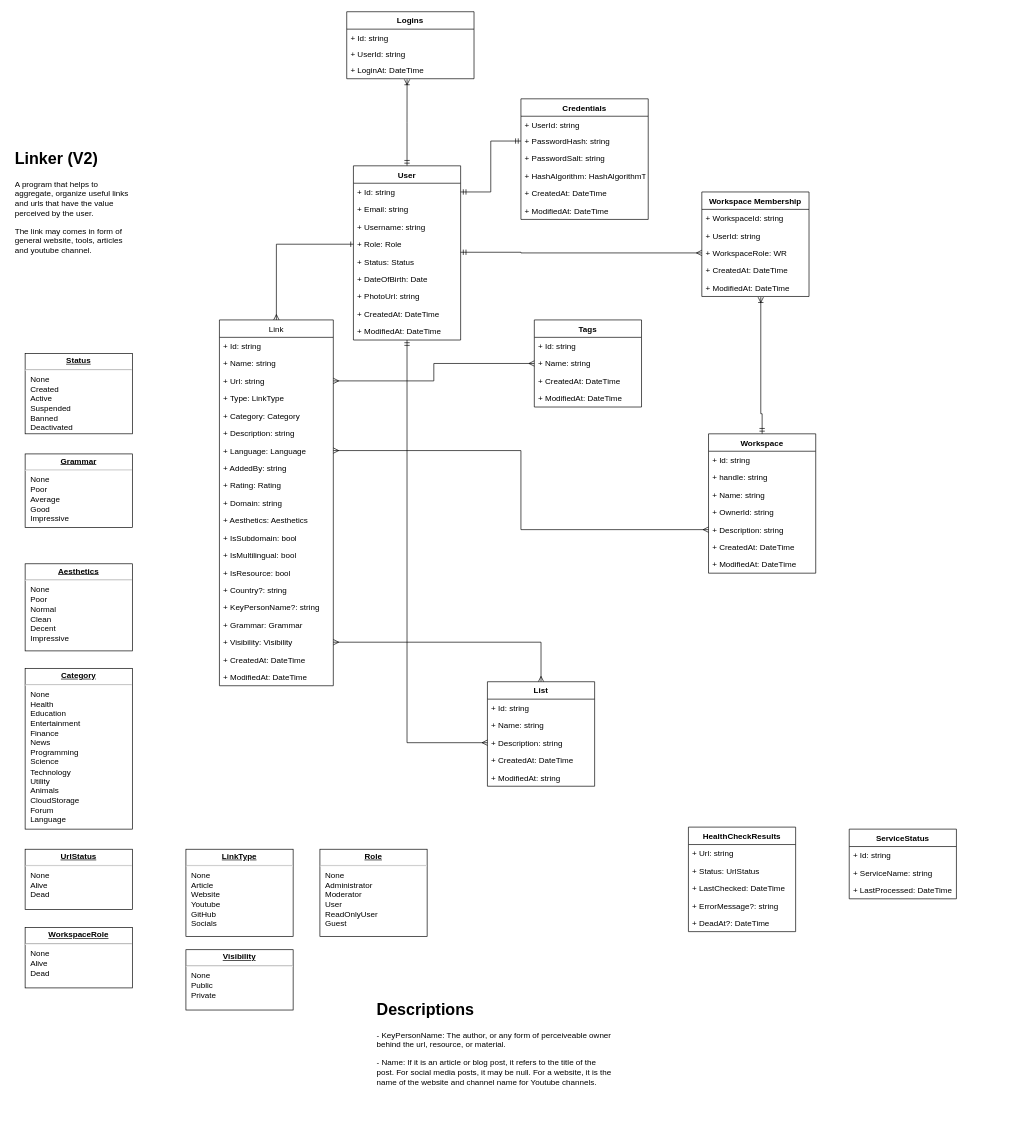
Earlier version of the draw.io diagram page "V2 Class Diagram" (5 of 5) of docs/Linker.drawio (data-miner00/Linker). Source tidied: cells renumbered, new cells numbered last; positions are measured from the earlier drawing's top-left corner, leaving out a move shared by most shapes. Both pictures are drawn from the tidied source at 67%, with x=0, y=0 at pixel (11, 11).
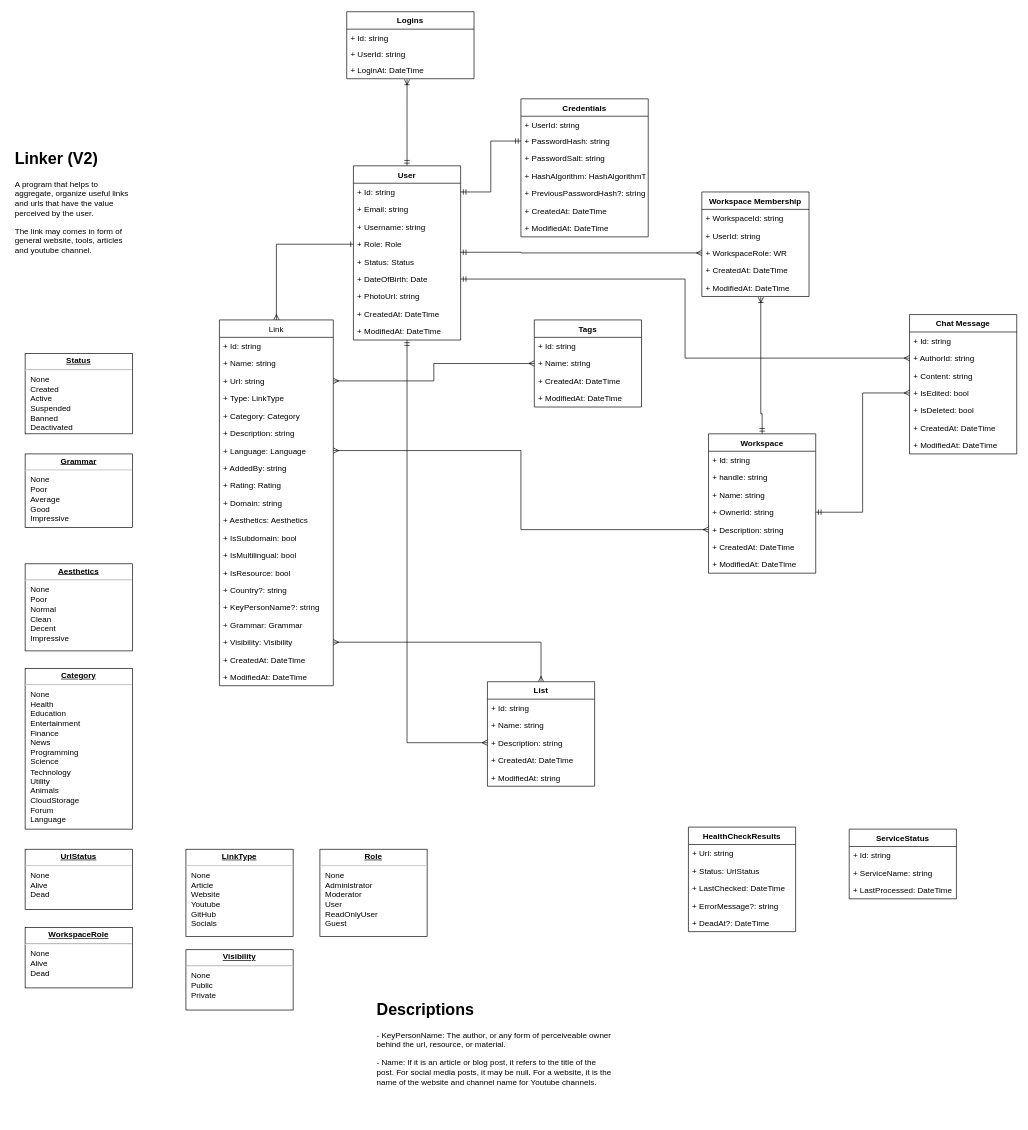
The same page after the edit.

Commit message:
docs: Add chat message entity

Unchanged cells that the change refers to:
```xml
<mxCell id="35" value="+ DateOfBirth: Date" style="text;strokeColor=none;fillColor=none;align=left;verticalAlign=top;spacingLeft=4;spacingRight=4;overflow=hidden;points=[[0,0.5],[1,0.5]];portConstraint=eastwest;" parent="29" vertex="1">
  <mxGeometry y="156" width="160" height="26" as="geometry" />
</mxCell>
<mxCell id="58" value="+ OwnerId: string" style="text;strokeColor=none;fillColor=none;align=left;verticalAlign=top;spacingLeft=4;spacingRight=4;overflow=hidden;points=[[0,0.5],[1,0.5]];portConstraint=eastwest;" parent="54" vertex="1">
  <mxGeometry y="104" width="160" height="26" as="geometry" />
</mxCell>
```

The edit, as a diff of the source:
```diff
@@
     <mxCell id="47" value="Credentials" style="swimlane;fontStyle=1;align=center;verticalAlign=top;horizontal=1;startSize=26;" parent="1" vertex="1">
-      <mxGeometry x="760" y="130" width="190" height="180" as="geometry" />
+      <mxGeometry x="760" y="130" width="190" height="206" as="geometry" />
     </mxCell>
@@
+    <mxCell id="99" value="+ PreviousPasswordHash?: string" style="text;strokeColor=none;fillColor=none;align=left;verticalAlign=top;spacingLeft=4;spacingRight=4;overflow=hidden;" parent="47" vertex="1">
+      <mxGeometry y="128" width="190" height="26" as="geometry" />
+    </mxCell>
     <mxCell id="52" value="+ CreatedAt: DateTime" style="text;strokeColor=none;fillColor=none;align=left;verticalAlign=top;spacingLeft=4;spacingRight=4;overflow=hidden;" parent="47" vertex="1">
-      <mxGeometry y="128" width="190" height="26" as="geometry" />
+      <mxGeometry y="154" width="190" height="26" as="geometry" />
     </mxCell>
     <mxCell id="53" value="+ ModifiedAt: DateTime" style="text;strokeColor=none;fillColor=none;align=left;verticalAlign=top;spacingLeft=4;spacingRight=4;overflow=hidden;" parent="47" vertex="1">
-      <mxGeometry y="154" width="190" height="26" as="geometry" />
+      <mxGeometry y="180" width="190" height="26" as="geometry" />
     </mxCell>
@@
+    <mxCell id="100" value="Chat Message" style="swimlane;fontStyle=1;align=center;verticalAlign=top;horizontal=1;startSize=26;" parent="1" vertex="1">
+      <mxGeometry x="1340" y="452" width="160" height="208" as="geometry" />
+    </mxCell>
+    <mxCell id="101" value="+ Id: string" style="text;strokeColor=none;fillColor=none;align=left;verticalAlign=top;spacingLeft=4;spacingRight=4;overflow=hidden;" parent="100" vertex="1">
+      <mxGeometry y="26" width="160" height="26" as="geometry" />
+    </mxCell>
+    <mxCell id="102" value="+ AuthorId: string" style="text;strokeColor=none;fillColor=none;align=left;verticalAlign=top;spacingLeft=4;spacingRight=4;overflow=hidden;points=[[0,0.5],[1,0.5]];portConstraint=eastwest;" parent="100" vertex="1">
+      <mxGeometry y="52" width="160" height="26" as="geometry" />
+    </mxCell>
+    <mxCell id="103" value="+ Content: string" style="text;strokeColor=none;fillColor=none;align=left;verticalAlign=top;spacingLeft=4;spacingRight=4;overflow=hidden;" parent="100" vertex="1">
+      <mxGeometry y="78" width="160" height="26" as="geometry" />
+    </mxCell>
+    <mxCell id="104" value="+ IsEdited: bool" style="text;strokeColor=none;fillColor=none;align=left;verticalAlign=top;spacingLeft=4;spacingRight=4;overflow=hidden;points=[[0,0.5],[1,0.5]];portConstraint=eastwest;" parent="100" vertex="1">
+      <mxGeometry y="104" width="160" height="26" as="geometry" />
+    </mxCell>
+    <mxCell id="105" value="+ IsDeleted: bool" style="text;strokeColor=none;fillColor=none;align=left;verticalAlign=top;spacingLeft=4;spacingRight=4;overflow=hidden;" parent="100" vertex="1">
+      <mxGeometry y="130" width="160" height="26" as="geometry" />
+    </mxCell>
+    <mxCell id="106" value="+ CreatedAt: DateTime" style="text;strokeColor=none;fillColor=none;align=left;verticalAlign=top;spacingLeft=4;spacingRight=4;overflow=hidden;" parent="100" vertex="1">
+      <mxGeometry y="156" width="160" height="26" as="geometry" />
+    </mxCell>
+    <mxCell id="107" value="+ ModifiedAt: DateTime" style="text;strokeColor=none;fillColor=none;align=left;verticalAlign=top;spacingLeft=4;spacingRight=4;overflow=hidden;" parent="100" vertex="1">
+      <mxGeometry y="182" width="160" height="26" as="geometry" />
+    </mxCell>
+    <mxCell id="108" style="edgeStyle=orthogonalEdgeStyle;rounded=0;jettySize=auto;html=1;entryX=0;entryY=0.5;entryDx=0;entryDy=0;endArrow=ERmany;endFill=0;startArrow=ERmandOne;startFill=0;" parent="1" edge="1" source="58" target="104">
+      <mxGeometry relative="1" as="geometry" />
+    </mxCell>
+    <mxCell id="109" style="edgeStyle=orthogonalEdgeStyle;rounded=0;jettySize=auto;html=1;endArrow=ERmany;endFill=0;startArrow=ERmandOne;startFill=0;" parent="1" edge="1" source="35" target="102">
+      <mxGeometry relative="1" as="geometry" />
+    </mxCell>
```
